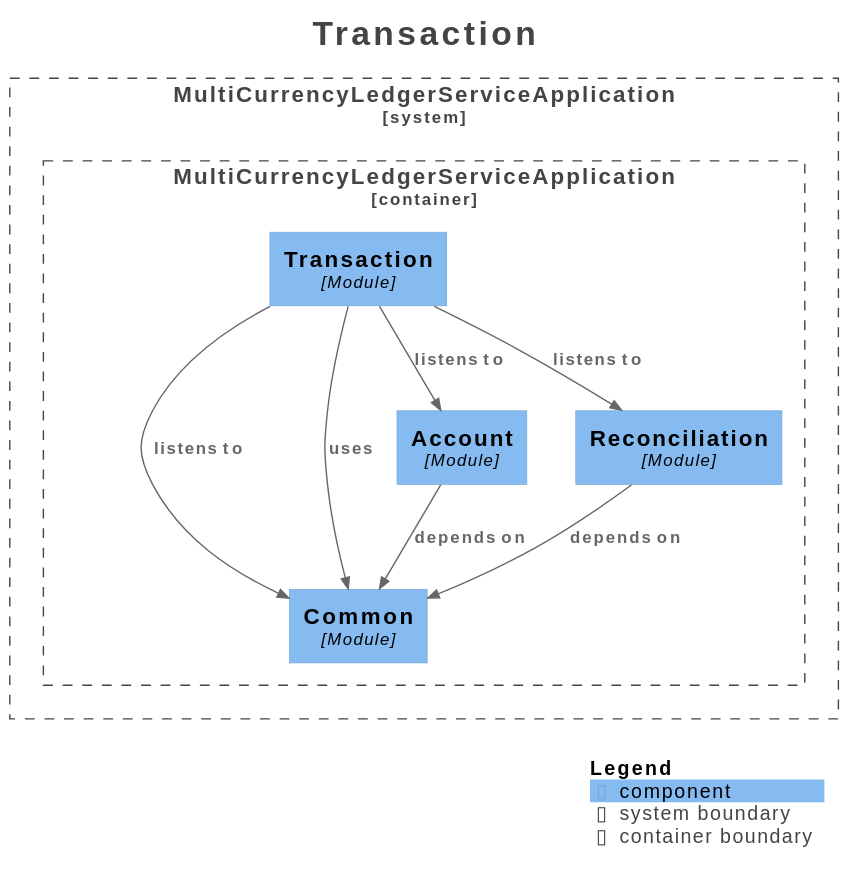
Above: docs/architecture/modulith/module-transaction.svg in RaonJena99/multi-currency-ledger-service (PlantUML), before the change.
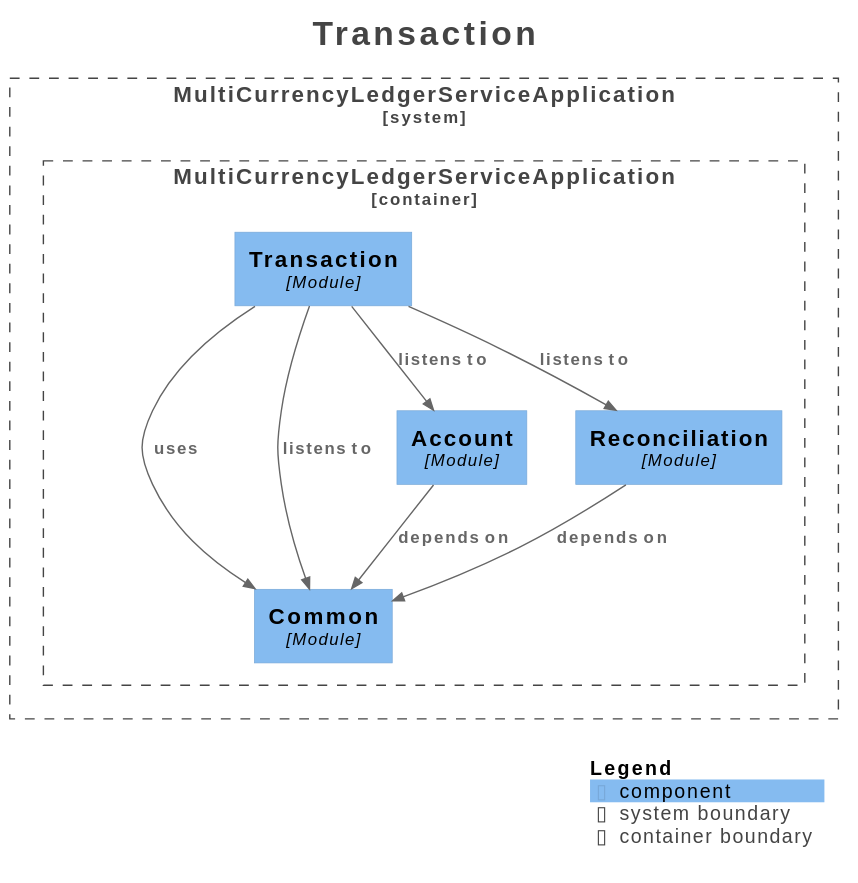
The same file after the commit.

Commit message:
docs: 아키텍처 다이어그램 및 README 문서 자동 동기화

What changed in the source:
```diff
@@ -25,12 +25,12 @@
 
 }
 
-Rel(MultiCurrencyLedgerServiceApplication.MultiCurrencyLedgerServiceApplication.Transaction, MultiCurrencyLedgerServiceApplication.MultiCurrencyLedgerServiceApplication.Common, "listens to", $techn="", $tags="", $link="")
-Rel(MultiCurrencyLedgerServiceApplication.MultiCurrencyLedgerServiceApplication.Transaction, MultiCurrencyLedgerServiceApplication.MultiCurrencyLedgerServiceApplication.Account, "listens to", $techn="", $tags="", $link="")
 Rel(MultiCurrencyLedgerServiceApplication.MultiCurrencyLedgerServiceApplication.Transaction, MultiCurrencyLedgerServiceApplication.MultiCurrencyLedgerServiceApplication.Reconciliation, "listens to", $techn="", $tags="", $link="")
 Rel(MultiCurrencyLedgerServiceApplication.MultiCurrencyLedgerServiceApplication.Transaction, MultiCurrencyLedgerServiceApplication.MultiCurrencyLedgerServiceApplication.Common, "uses", $techn="", $tags="", $link="")
 Rel(MultiCurrencyLedgerServiceApplication.MultiCurrencyLedgerServiceApplication.Account, MultiCurrencyLedgerServiceApplication.MultiCurrencyLedgerServiceApplication.Common, "depends on", $techn="", $tags="", $link="")
 Rel(MultiCurrencyLedgerServiceApplication.MultiCurrencyLedgerServiceApplication.Reconciliation, MultiCurrencyLedgerServiceApplication.MultiCurrencyLedgerServiceApplication.Common, "depends on", $techn="", $tags="", $link="")
+Rel(MultiCurrencyLedgerServiceApplication.MultiCurrencyLedgerServiceApplication.Transaction, MultiCurrencyLedgerServiceApplication.MultiCurrencyLedgerServiceApplication.Common, "listens to", $techn="", $tags="", $link="")
+Rel(MultiCurrencyLedgerServiceApplication.MultiCurrencyLedgerServiceApplication.Transaction, MultiCurrencyLedgerServiceApplication.MultiCurrencyLedgerServiceApplication.Account, "listens to", $techn="", $tags="", $link="")
 
 SHOW_LEGEND(true)
 hide stereotypes
```
